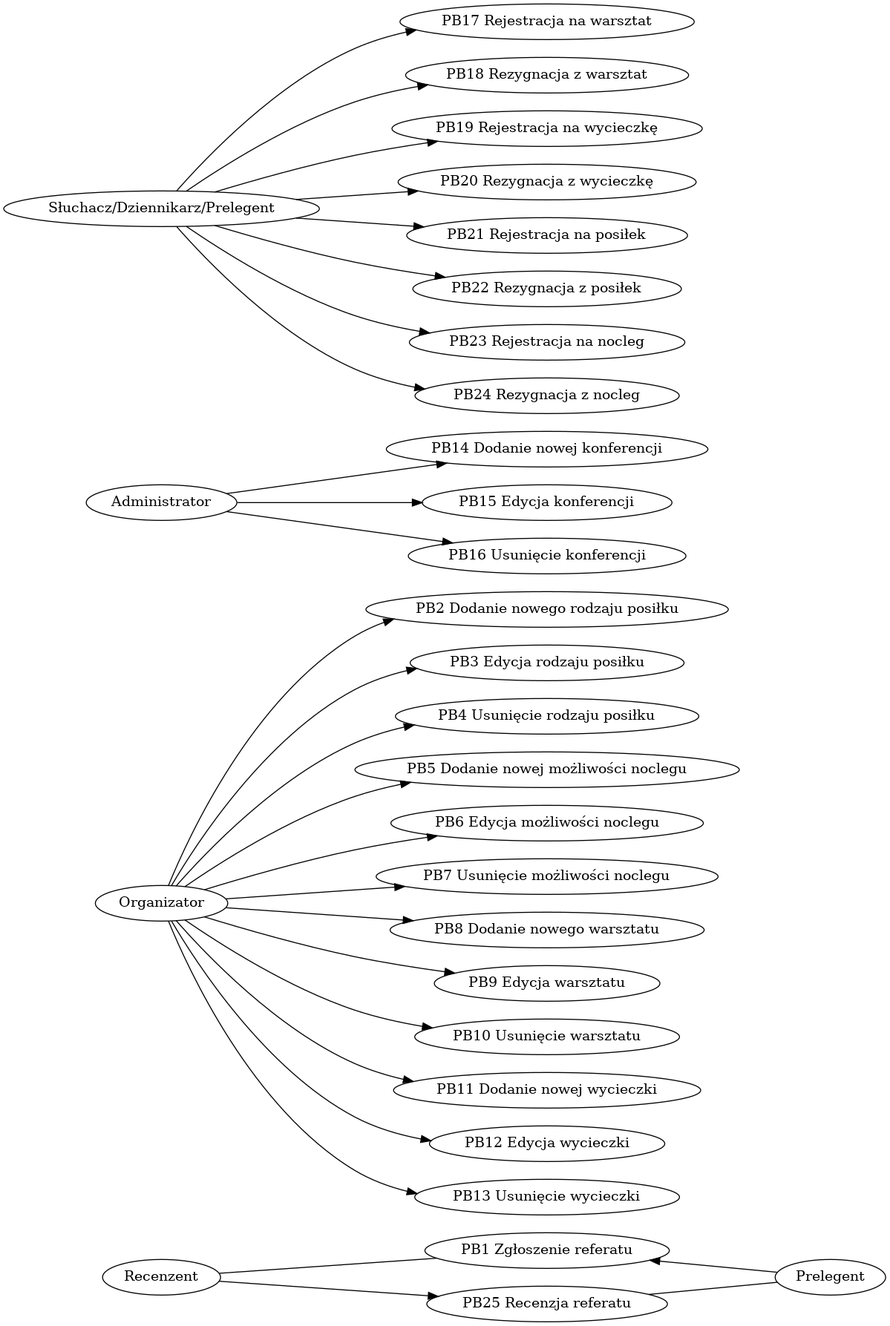
The Graphviz diagram pb.png in zyla/iop_konferencja, before a commit. Its source is kept beside it as pb.dot.
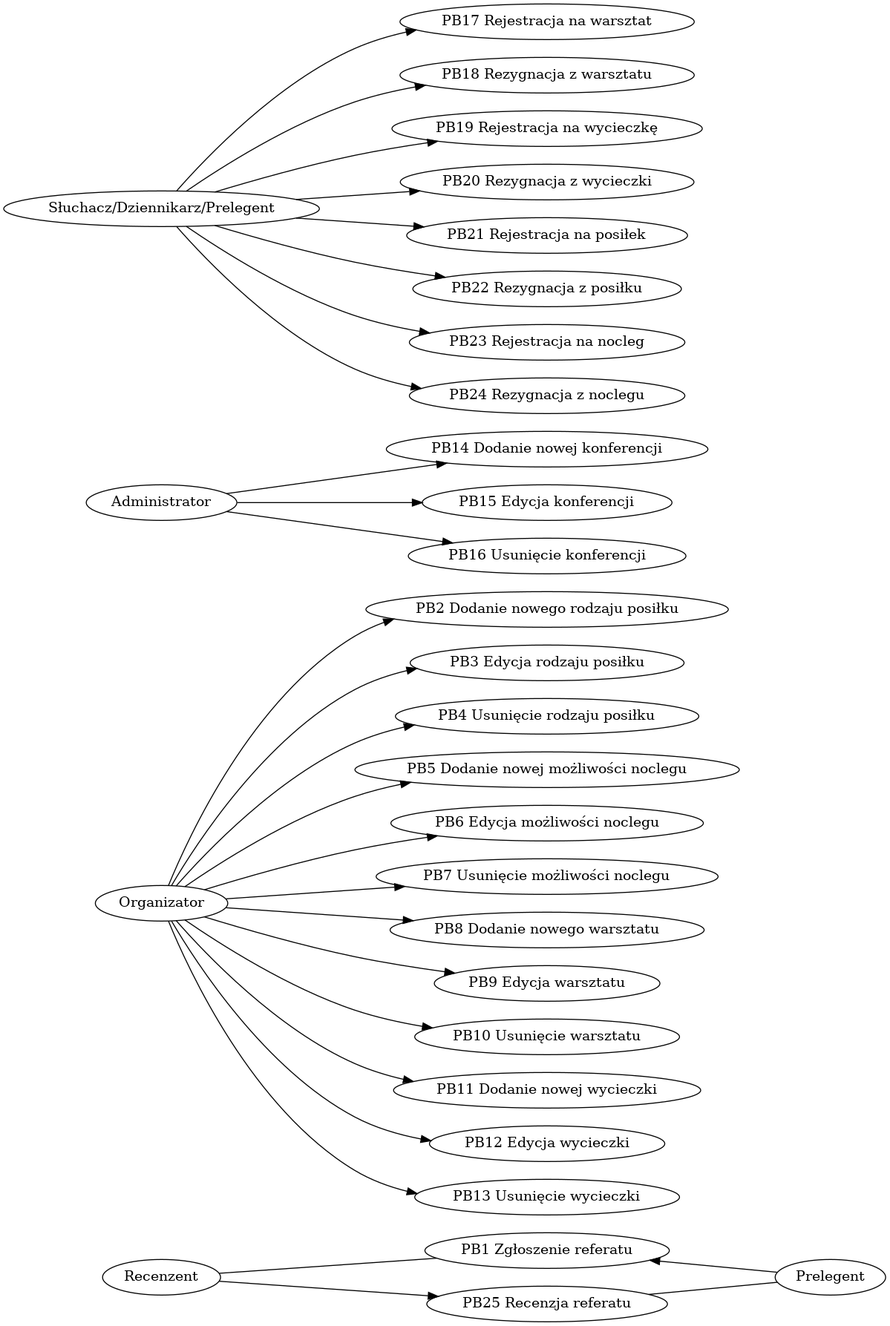
After the change.

Diff of the diagram source:
```diff
@@ -16,13 +16,13 @@
 "Administrator" -> "PB15 Edycja konferencji"
 "Administrator" -> "PB16 Usunięcie konferencji"
 "Słuchacz/Dziennikarz/Prelegent" -> "PB17 Rejestracja na warsztat"
-"Słuchacz/Dziennikarz/Prelegent" -> "PB18 Rezygnacja z warsztat"
+"Słuchacz/Dziennikarz/Prelegent" -> "PB18 Rezygnacja z warsztatu"
 "Słuchacz/Dziennikarz/Prelegent" -> "PB19 Rejestracja na wycieczkę"
-"Słuchacz/Dziennikarz/Prelegent" -> "PB20 Rezygnacja z wycieczkę"
+"Słuchacz/Dziennikarz/Prelegent" -> "PB20 Rezygnacja z wycieczki"
 "Słuchacz/Dziennikarz/Prelegent" -> "PB21 Rejestracja na posiłek"
-"Słuchacz/Dziennikarz/Prelegent" -> "PB22 Rezygnacja z posiłek"
+"Słuchacz/Dziennikarz/Prelegent" -> "PB22 Rezygnacja z posiłku"
 "Słuchacz/Dziennikarz/Prelegent" -> "PB23 Rejestracja na nocleg"
-"Słuchacz/Dziennikarz/Prelegent" -> "PB24 Rezygnacja z nocleg"
+"Słuchacz/Dziennikarz/Prelegent" -> "PB24 Rezygnacja z noclegu"
 "Recenzent" -> "PB25 Recenzja referatu"
 "PB25 Recenzja referatu" -> "Prelegent" [dir=none]
  }
```
